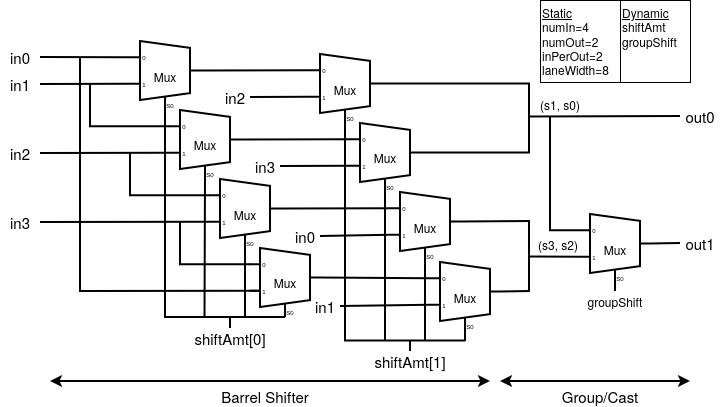
Above: laneswitch.png in hwspec/xccel (draw.io), before the change. Source tidied: cells renumbered, new cells last; positions are measured from the earlier drawing's top-left corner, leaving out a move shared by most shapes.
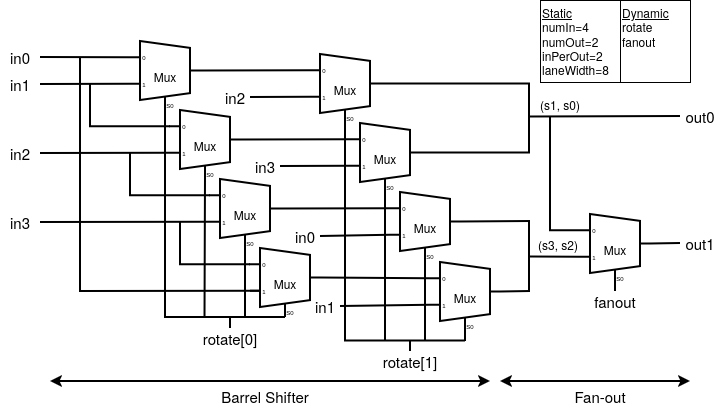
The same diagram one commit later.

The edit, as a diff of the source:
```diff
@@ -20,7 +20,7 @@
     <mxCell id="7" style="endArrow=none;html=1;rounded=0;exitX=1;exitY=0.5;exitDx=0;exitDy=-5;exitPerimeter=0;strokeWidth=2;entryX=0;entryY=0.19202898550724637;entryDx=0;entryDy=3;entryPerimeter=0;" parent="1" edge="1" source="2" target="25">
       <mxGeometry relative="1" as="geometry" />
     </mxCell>
-    <mxCell id="8" value="&lt;font style=&quot;font-size: 15px;&quot;&gt;shiftAmt[0]&lt;/font&gt;" style="text;html=1;whiteSpace=wrap;strokeColor=none;fillColor=none;align=center;verticalAlign=middle;rounded=0;" parent="1" vertex="1">
+    <mxCell id="8" value="&lt;font style=&quot;font-size: 15px;&quot;&gt;rotate[0]&lt;/font&gt;" style="text;html=1;whiteSpace=wrap;strokeColor=none;fillColor=none;align=center;verticalAlign=middle;rounded=0;" parent="1" vertex="1">
       <mxGeometry x="200" y="328" width="60" height="20" as="geometry" />
     </mxCell>
     <mxCell id="9" value="Mux" style="shadow=0;dashed=0;align=center;html=1;strokeWidth=2;shape=mxgraph.electrical.abstract.mux2;whiteSpace=wrap;" parent="1" vertex="1">
@@ -171,7 +171,7 @@
         <mxPoint x="465" y="340.5" as="targetPoint" />
       </mxGeometry>
     </mxCell>
-    <mxCell id="43" value="&lt;font style=&quot;font-size: 15px;&quot;&gt;shiftAmt[1]&lt;/font&gt;" style="text;html=1;whiteSpace=wrap;strokeColor=none;fillColor=none;align=center;verticalAlign=middle;rounded=0;" parent="1" vertex="1">
+    <mxCell id="43" value="&lt;font style=&quot;font-size: 15px;&quot;&gt;rotate[1]&lt;/font&gt;" style="text;html=1;whiteSpace=wrap;strokeColor=none;fillColor=none;align=center;verticalAlign=middle;rounded=0;" parent="1" vertex="1">
       <mxGeometry x="380" y="351" width="60" height="20" as="geometry" />
     </mxCell>
     <mxCell id="44" style="endArrow=none;html=1;rounded=0;strokeWidth=2;exitX=0.5;exitY=0;exitDx=0;exitDy=0;" parent="1" edge="1" source="43">
@@ -242,7 +242,7 @@
         </Array>
       </mxGeometry>
     </mxCell>
-    <mxCell id="58" value="groupShift" style="text;html=1;whiteSpace=wrap;strokeColor=none;fillColor=none;align=center;verticalAlign=middle;rounded=0;" parent="1" vertex="1">
+    <mxCell id="58" value="&lt;font style=&quot;font-size: 15px;&quot;&gt;fanout&lt;/font&gt;" style="text;html=1;whiteSpace=wrap;strokeColor=none;fillColor=none;align=center;verticalAlign=middle;rounded=0;" parent="1" vertex="1">
       <mxGeometry x="585" y="291" width="60" height="20" as="geometry" />
     </mxCell>
     <mxCell id="59" style="endArrow=none;html=1;rounded=0;exitX=0.35714285714285715;exitY=1;exitDx=10;exitDy=0;exitPerimeter=0;strokeWidth=2;entryX=0.5;entryY=0;entryDx=0;entryDy=0;" parent="1" edge="1" source="55" target="58">
@@ -278,10 +278,10 @@
     <mxCell id="67" value="&lt;font style=&quot;font-size: 15px;&quot;&gt;Barrel Shifter&lt;/font&gt;" style="text;html=1;whiteSpace=wrap;strokeColor=none;fillColor=none;align=center;verticalAlign=middle;rounded=0;" parent="1" vertex="1">
       <mxGeometry x="220" y="386" width="90" height="20" as="geometry" />
     </mxCell>
-    <mxCell id="68" value="&lt;div align=&quot;left&quot;&gt;&lt;u&gt;Dynamic&lt;/u&gt;&lt;div&gt;shiftAmt&lt;/div&gt;&lt;div&gt;groupShift&lt;/div&gt;&lt;div&gt;&lt;br&gt;&lt;/div&gt;&lt;div&gt;&lt;br&gt;&lt;/div&gt;&lt;/div&gt;" style="rounded=0;whiteSpace=wrap;html=1;align=left;" parent="1" vertex="1">
+    <mxCell id="68" value="&lt;div align=&quot;left&quot;&gt;&lt;u&gt;Dynamic&lt;/u&gt;&lt;div&gt;rotate&lt;/div&gt;&lt;div&gt;fanout&lt;/div&gt;&lt;div&gt;&lt;br&gt;&lt;/div&gt;&lt;div&gt;&lt;br&gt;&lt;/div&gt;&lt;/div&gt;" style="rounded=0;whiteSpace=wrap;html=1;align=left;" parent="1" vertex="1">
       <mxGeometry x="620" width="70" height="82" as="geometry" />
     </mxCell>
-    <mxCell id="69" value="&lt;font style=&quot;font-size: 15px;&quot;&gt;Group/Cast&lt;/font&gt;" style="text;html=1;whiteSpace=wrap;strokeColor=none;fillColor=none;align=center;verticalAlign=middle;rounded=0;" parent="1" vertex="1">
+    <mxCell id="69" value="&lt;font style=&quot;font-size: 15px;&quot;&gt;Fan-out&lt;/font&gt;" style="text;html=1;whiteSpace=wrap;strokeColor=none;fillColor=none;align=center;verticalAlign=middle;rounded=0;" parent="1" vertex="1">
       <mxGeometry x="555" y="386" width="90" height="20" as="geometry" />
     </mxCell>
   </root>
```
